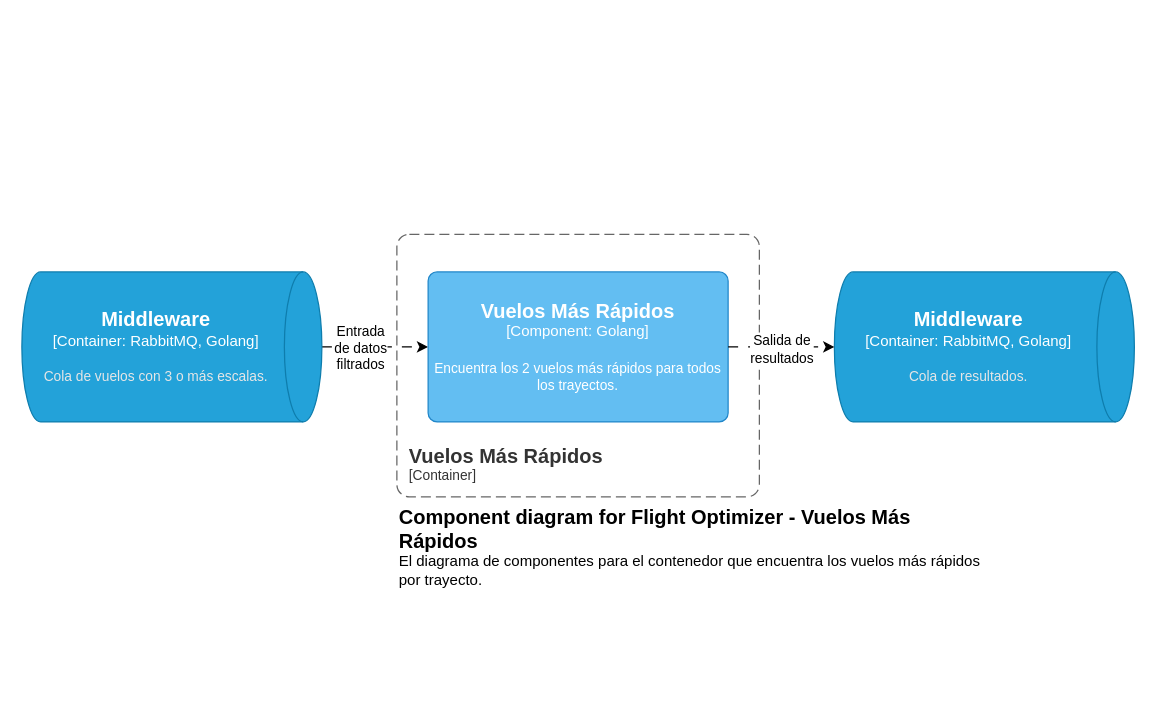
This is page "Capa3-Demux" (4 of 7) of docs/diagramas/C4model.drawio from FranciscoPereira987/tp1-distribuidos-grupo5, a draw.io file, before an edit. Source tidied: cells renumbered, new cells numbered last; positions are measured from the earlier drawing's top-left corner, leaving out a move shared by most shapes. Both pictures are drawn from the tidied source at 125%, with x=0, y=0 at pixel (21, 234).
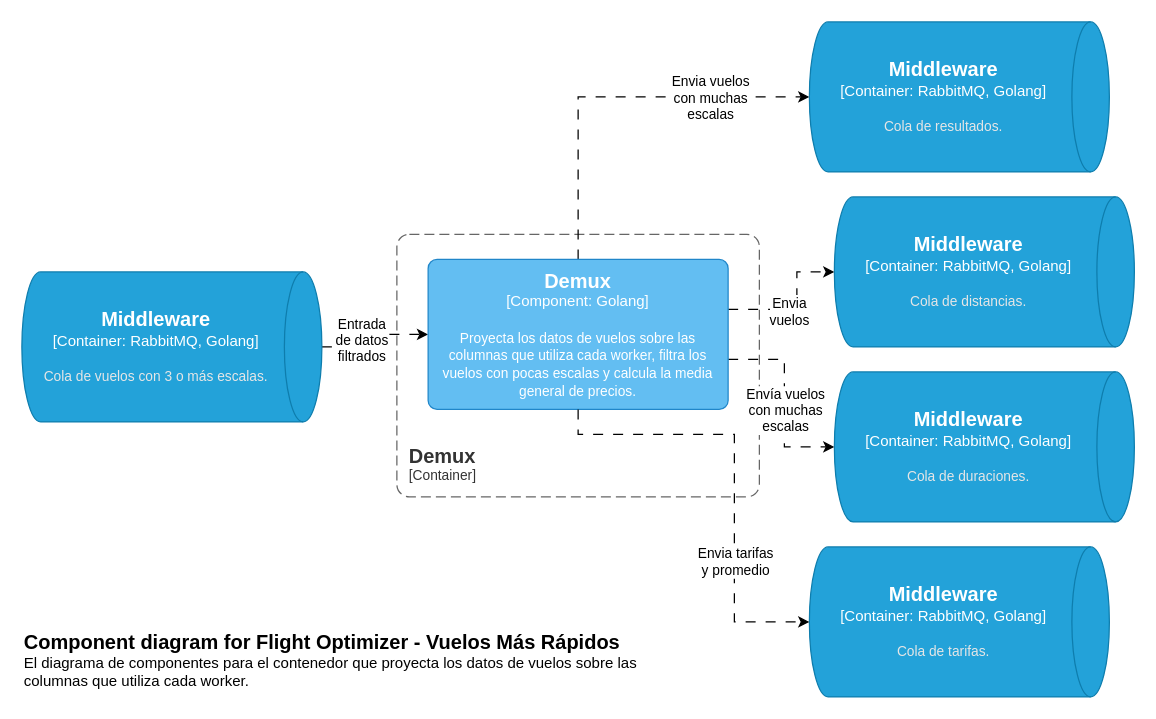
After the change.

Diff of the diagram source:
```diff
@@
-    <object id="2" label="&lt;font style=&quot;font-size: 16px&quot;&gt;&lt;b&gt;&lt;div style=&quot;text-align: left&quot;&gt;%c4Name%&lt;/div&gt;&lt;/b&gt;&lt;/font&gt;&lt;div style=&quot;text-align: left&quot;&gt;[%c4Application%]&lt;/div&gt;" c4Application="Container" c4Name="Vuelos Más Rápidos" placeholders="1">
+    <object id="2" label="&lt;font style=&quot;font-size: 16px&quot;&gt;&lt;b&gt;&lt;div style=&quot;text-align: left&quot;&gt;%c4Name%&lt;/div&gt;&lt;/b&gt;&lt;/font&gt;&lt;div style=&quot;text-align: left&quot;&gt;[%c4Application%]&lt;/div&gt;" c4Application="Container" c4Name="Demux" placeholders="1">
       <mxCell style="rounded=1;fontSize=11;whiteSpace=wrap;html=1;dashed=1;arcSize=20;fillColor=none;strokeColor=#666666;fontColor=#333333;labelBackgroundColor=none;align=left;verticalAlign=bottom;labelBorderColor=none;spacingTop=0;spacing=10;dashPattern=8 4;perimeter=rectanglePerimeter;noLabel=0;labelPadding=0;absoluteArcSize=1;" parent="1" vertex="1">
         <mxGeometry x="300" width="290" height="210" as="geometry" />
       </mxCell>
     </object>
@@
-    <object id="6" label="&lt;font style=&quot;font-size: 16px&quot;&gt;&lt;b&gt;%c4Type%&lt;/b&gt;&lt;/font&gt;&lt;div&gt;[%c4Container%:&amp;nbsp;%c4Technology%]&lt;/div&gt;&lt;br&gt;&lt;div&gt;&lt;font style=&quot;font-size: 11px&quot;&gt;&lt;font color=&quot;#E6E6E6&quot;&gt;%c4Description%&lt;/font&gt;&lt;/div&gt;" c4Container="Container" c4Description="Cola de resultados." c4Technology="RabbitMQ, Golang" c4Type="Middleware" placeholders="1">
+    <object id="6" label="&lt;font style=&quot;font-size: 16px&quot;&gt;&lt;b&gt;%c4Type%&lt;/b&gt;&lt;/font&gt;&lt;div&gt;[%c4Container%:&amp;nbsp;%c4Technology%]&lt;/div&gt;&lt;br&gt;&lt;div&gt;&lt;font style=&quot;font-size: 11px&quot;&gt;&lt;font color=&quot;#E6E6E6&quot;&gt;%c4Description%&lt;/font&gt;&lt;/div&gt;" c4Container="Container" c4Description="Cola de tarifas." c4Technology="RabbitMQ, Golang" c4Type="Middleware" placeholders="1">
       <mxCell style="shape=cylinder3;size=15;direction=south;whiteSpace=wrap;html=1;boundedLbl=1;rounded=0;labelBackgroundColor=none;fillColor=#23A2D9;fontSize=12;fontColor=#ffffff;align=center;strokeColor=#0E7DAD;points=[[0.5,0,0],[1,0.25,0],[1,0.5,0],[1,0.75,0],[0.5,1,0],[0,0.75,0],[0,0.5,0],[0,0.25,0]];" parent="1" vertex="1">
-        <mxGeometry x="650" y="30" width="240" height="120" as="geometry" />
+        <mxGeometry x="630" y="250" width="240" height="120" as="geometry" />
       </mxCell>
     </object>
+    <mxCell id="11" style="edgeStyle=orthogonalEdgeStyle;rounded=0;jettySize=auto;html=1;dashed=1;dashPattern=8 8;" parent="1" edge="1" source="7" target="17">
+      <mxGeometry relative="1" as="geometry">
+        <Array as="points">
+          <mxPoint x="610" y="100" />
+          <mxPoint x="610" y="170" />
+        </Array>
+      </mxGeometry>
+    </mxCell>
+    <mxCell id="12" value="&lt;div&gt;Envía vuelos&lt;/div&gt;&lt;div&gt;con muchas&lt;/div&gt;&lt;div&gt;escalas&lt;br&gt;&lt;/div&gt;" style="edgeLabel;html=1;align=center;verticalAlign=middle;" parent="11" vertex="1">
+      <mxGeometry x="0.06" y="-1" relative="1" as="geometry">
+        <mxPoint x="1" y="3" as="offset" />
+      </mxGeometry>
+    </mxCell>
+    <mxCell id="13" style="edgeStyle=orthogonalEdgeStyle;rounded=0;jettySize=auto;html=1;dashed=1;dashPattern=8 8;" parent="1" edge="1" source="7" target="19">
+      <mxGeometry relative="1" as="geometry">
+        <Array as="points">
+          <mxPoint x="445" y="-110" />
+        </Array>
+      </mxGeometry>
+    </mxCell>
+    <mxCell id="14" value="&lt;div&gt;Envia vuelos&lt;/div&gt;&lt;div&gt;con muchas&lt;/div&gt;&lt;div&gt;escalas&lt;br&gt;&lt;/div&gt;" style="edgeLabel;html=1;align=center;verticalAlign=middle;" parent="13" vertex="1">
+      <mxGeometry x="0.24" y="2" relative="1" as="geometry">
+        <mxPoint x="40" y="2" as="offset" />
+      </mxGeometry>
+    </mxCell>
+    <mxCell id="15" style="edgeStyle=orthogonalEdgeStyle;rounded=0;jettySize=auto;html=1;dashed=1;dashPattern=8 8;" parent="1" edge="1" source="7" target="18">
+      <mxGeometry relative="1" as="geometry">
+        <Array as="points">
+          <mxPoint x="620" y="60" />
+          <mxPoint x="620" y="30" />
+        </Array>
+      </mxGeometry>
+    </mxCell>
+    <mxCell id="16" value="&lt;div&gt;Envia&lt;/div&gt;&lt;div&gt;vuelos&lt;/div&gt;" style="edgeLabel;html=1;align=center;verticalAlign=middle;" parent="15" vertex="1">
+      <mxGeometry x="-0.16" y="-1" relative="1" as="geometry" />
+    </mxCell>
-    <object id="7" label="&lt;font style=&quot;font-size: 16px&quot;&gt;&lt;b&gt;%c4Name%&lt;/b&gt;&lt;/font&gt;&lt;div&gt;[%c4Type%: %c4Technology%]&lt;/div&gt;&lt;br&gt;&lt;div&gt;&lt;font style=&quot;font-size: 11px&quot;&gt;%c4Description%&lt;/font&gt;&lt;/div&gt;" c4Description="Encuentra los 2 vuelos más rápidos para todos los trayectos." c4Name="Vuelos Más Rápidos" c4Technology="Golang" c4Type="Component" placeholders="1">
+    <object id="7" label="&lt;font style=&quot;font-size: 16px&quot;&gt;&lt;b&gt;%c4Name%&lt;/b&gt;&lt;/font&gt;&lt;div&gt;[%c4Type%: %c4Technology%]&lt;/div&gt;&lt;br&gt;&lt;div&gt;&lt;font style=&quot;font-size: 11px&quot;&gt;%c4Description%&lt;/font&gt;&lt;/div&gt;" c4Description="Proyecta los datos de vuelos sobre las columnas que utiliza cada worker, filtra los vuelos con pocas escalas y calcula la media general de precios." c4Name="Demux" c4Technology="Golang" c4Type="Component" placeholders="1">
       <mxCell style="rounded=1;whiteSpace=wrap;html=1;labelBackgroundColor=none;fillColor=#63BEF2;fontColor=#ffffff;align=center;arcSize=6;strokeColor=#2086C9;points=[[0.25,0,0],[0.5,0,0],[0.75,0,0],[1,0.25,0],[1,0.5,0],[1,0.75,0],[0.75,1,0],[0.5,1,0],[0.25,1,0],[0,0.75,0],[0,0.5,0],[0,0.25,0]];" parent="1" vertex="1">
-        <mxGeometry x="325" y="30" width="240" height="120" as="geometry" />
+        <mxGeometry x="325" y="20" width="240" height="120" as="geometry" />
       </mxCell>
     </object>
     <mxCell id="8" style="edgeStyle=orthogonalEdgeStyle;rounded=0;jettySize=auto;html=1;dashed=1;dashPattern=8 8;" parent="1" edge="1" source="7" target="6">
-      <mxGeometry relative="1" as="geometry" />
+      <mxGeometry relative="1" as="geometry">
+        <Array as="points">
+          <mxPoint x="445" y="160" />
+          <mxPoint x="570" y="160" />
+          <mxPoint x="570" y="310" />
+        </Array>
+      </mxGeometry>
     </mxCell>
-    <mxCell id="9" value="&lt;div&gt;Salida de&lt;/div&gt;&lt;div&gt;resultados&lt;br&gt;&lt;/div&gt;" style="edgeLabel;html=1;align=center;verticalAlign=middle;" parent="8" vertex="1">
-      <mxGeometry x="-0.01" y="-1" relative="1" as="geometry" />
+    <mxCell id="9" value="&lt;div&gt;Envia tarifas&lt;/div&gt;&lt;div&gt;y promedio&lt;br&gt;&lt;/div&gt;" style="edgeLabel;html=1;align=center;verticalAlign=middle;" parent="8" vertex="1">
+      <mxGeometry x="-0.01" y="-1" relative="1" as="geometry">
+        <mxPoint x="1" y="70" as="offset" />
+      </mxGeometry>
     </mxCell>
-    <object id="10" label="&lt;font style=&quot;font-size: 16px&quot;&gt;&lt;b&gt;&lt;div style=&quot;text-align: left&quot;&gt;%c4Name%&lt;/div&gt;&lt;/b&gt;&lt;/font&gt;&lt;div style=&quot;text-align: left&quot;&gt;%c4Description%&lt;/div&gt;" c4Description="El diagrama de componentes para el contenedor que encuentra los vuelos más rápidos por trayecto." c4Name="Component diagram for Flight Optimizer - Vuelos Más Rápidos" placeholders="1">
+    <object id="10" label="&lt;font style=&quot;font-size: 16px&quot;&gt;&lt;b&gt;&lt;div style=&quot;text-align: left&quot;&gt;%c4Name%&lt;/div&gt;&lt;/b&gt;&lt;/font&gt;&lt;div style=&quot;text-align: left&quot;&gt;%c4Description%&lt;/div&gt;" c4Description="El diagrama de componentes para el contenedor que proyecta los datos de vuelos sobre las columnas que utiliza cada worker." c4Name="Component diagram for Flight Optimizer - Vuelos Más Rápidos" placeholders="1">
       <mxCell style="text;html=1;strokeColor=none;fillColor=none;align=left;verticalAlign=top;whiteSpace=wrap;rounded=0;" parent="1" vertex="1">
-        <mxGeometry x="300" y="210" width="470" height="60" as="geometry" />
+        <mxGeometry y="310" width="500" height="60" as="geometry" />
       </mxCell>
     </object>
+    <object id="17" label="&lt;font style=&quot;font-size: 16px&quot;&gt;&lt;b&gt;%c4Type%&lt;/b&gt;&lt;/font&gt;&lt;div&gt;[%c4Container%:&amp;nbsp;%c4Technology%]&lt;/div&gt;&lt;br&gt;&lt;div&gt;&lt;font style=&quot;font-size: 11px&quot;&gt;&lt;font color=&quot;#E6E6E6&quot;&gt;%c4Description%&lt;/font&gt;&lt;/div&gt;" c4Container="Container" c4Description="Cola de duraciones." c4Technology="RabbitMQ, Golang" c4Type="Middleware" placeholders="1">
+      <mxCell style="shape=cylinder3;size=15;direction=south;whiteSpace=wrap;html=1;boundedLbl=1;rounded=0;labelBackgroundColor=none;fillColor=#23A2D9;fontSize=12;fontColor=#ffffff;align=center;strokeColor=#0E7DAD;points=[[0.5,0,0],[1,0.25,0],[1,0.5,0],[1,0.75,0],[0.5,1,0],[0,0.75,0],[0,0.5,0],[0,0.25,0]];" parent="1" vertex="1">
+        <mxGeometry x="650" y="110" width="240" height="120" as="geometry" />
+      </mxCell>
+    </object>
+    <object id="18" label="&lt;font style=&quot;font-size: 16px&quot;&gt;&lt;b&gt;%c4Type%&lt;/b&gt;&lt;/font&gt;&lt;div&gt;[%c4Container%:&amp;nbsp;%c4Technology%]&lt;/div&gt;&lt;br&gt;&lt;div&gt;&lt;font style=&quot;font-size: 11px&quot;&gt;&lt;font color=&quot;#E6E6E6&quot;&gt;%c4Description%&lt;/font&gt;&lt;/div&gt;" c4Container="Container" c4Description="Cola de distancias." c4Technology="RabbitMQ, Golang" c4Type="Middleware" placeholders="1">
+      <mxCell style="shape=cylinder3;size=15;direction=south;whiteSpace=wrap;html=1;boundedLbl=1;rounded=0;labelBackgroundColor=none;fillColor=#23A2D9;fontSize=12;fontColor=#ffffff;align=center;strokeColor=#0E7DAD;points=[[0.5,0,0],[1,0.25,0],[1,0.5,0],[1,0.75,0],[0.5,1,0],[0,0.75,0],[0,0.5,0],[0,0.25,0]];" parent="1" vertex="1">
+        <mxGeometry x="650" y="-30" width="240" height="120" as="geometry" />
+      </mxCell>
+    </object>
+    <object id="19" label="&lt;font style=&quot;font-size: 16px&quot;&gt;&lt;b&gt;%c4Type%&lt;/b&gt;&lt;/font&gt;&lt;div&gt;[%c4Container%:&amp;nbsp;%c4Technology%]&lt;/div&gt;&lt;br&gt;&lt;div&gt;&lt;font style=&quot;font-size: 11px&quot;&gt;&lt;font color=&quot;#E6E6E6&quot;&gt;%c4Description%&lt;/font&gt;&lt;/div&gt;" c4Container="Container" c4Description="Cola de resultados." c4Technology="RabbitMQ, Golang" c4Type="Middleware" placeholders="1">
+      <mxCell style="shape=cylinder3;size=15;direction=south;whiteSpace=wrap;html=1;boundedLbl=1;rounded=0;labelBackgroundColor=none;fillColor=#23A2D9;fontSize=12;fontColor=#ffffff;align=center;strokeColor=#0E7DAD;points=[[0.5,0,0],[1,0.25,0],[1,0.5,0],[1,0.75,0],[0.5,1,0],[0,0.75,0],[0,0.5,0],[0,0.25,0]];" parent="1" vertex="1">
+        <mxGeometry x="630" y="-170" width="240" height="120" as="geometry" />
+      </mxCell>
+    </object>
```
